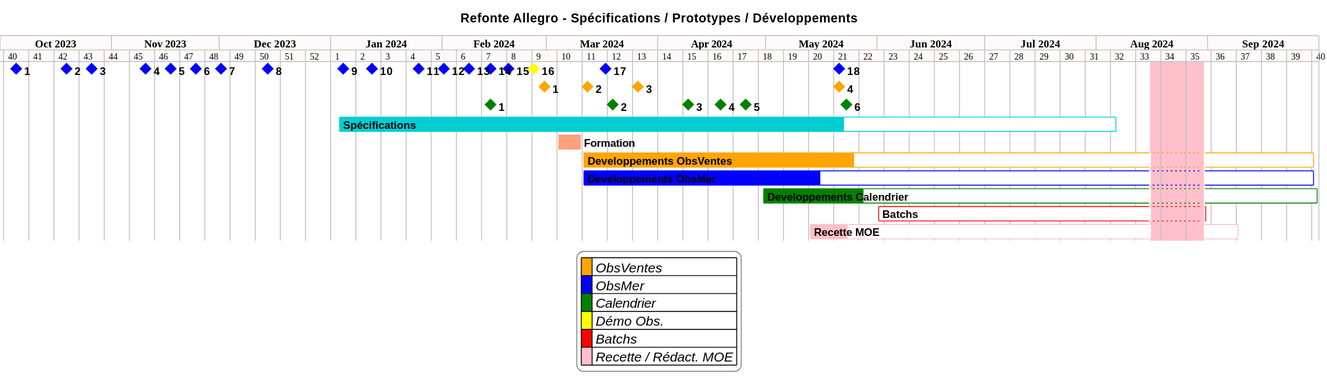
Above: projects/common/not/images/refonte-allegro-planning-spe-poc.svg in sumaris-net/sumaris-doc (PlantUML), before the change.
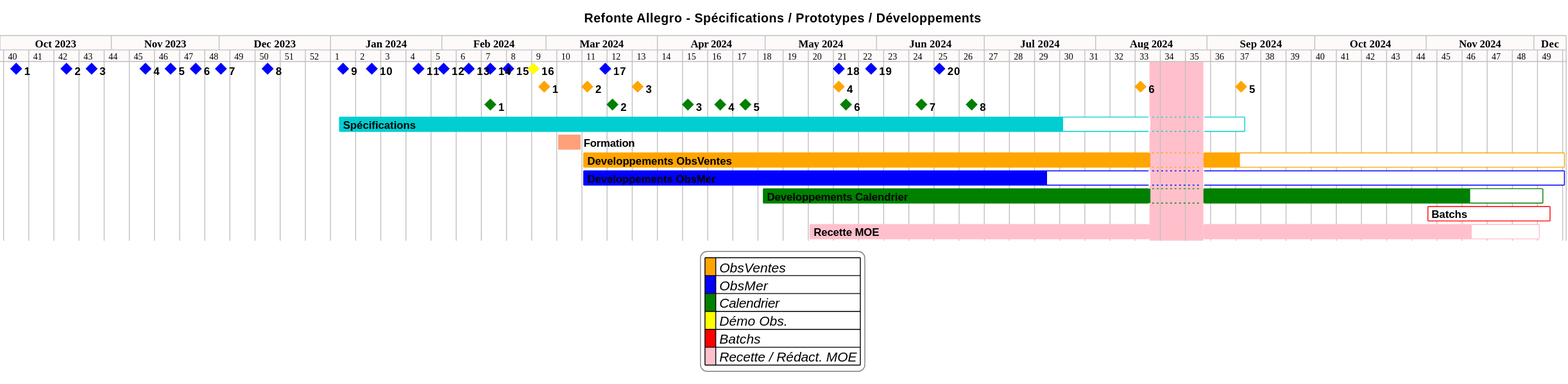
The same file after the commit.

Commit message:
[not] Update planning for COPIL meeting

Change to the diagram source:
```diff
@@ -130,6 +130,12 @@
 [18] happen the 2024/05/21
 [18] is colored in blue
 
+[19] happen the 2024/05/30
+[19] is colored in blue
+
+[20] happen the 2024/06/18
+[20] is colored in blue
+
 [1] displays on same row as [2]
 [2] displays on same row as [3]
 [3] displays on same row as [4]
@@ -147,6 +153,8 @@
 [15] displays on same row as [16]
 [16] displays on same row as [17]
 [17] displays on same row as [18]
+[18] displays on same row as [19]
+[19] displays on same row as [20]
 
 !procedure N(x,n)
 [x<size:0>n</size>]
@@ -164,9 +172,17 @@
 N(4, 4) as [o4] happen the 2024/05/21
 N(4, 4) is colored in orange
 
+N(5, 5) as [o5] happen the 2024/09/10
+N(5, 5) is colored in orange
+
+N(6, 6) as [o6] happen the 2024/08/13
+N(6, 6) is colored in orange
+
 [o1] displays on same row as [o2]
 [o2] displays on same row as [o3]
 [o3] displays on same row as [o4]
+[o4] displays on same row as [o5]
+[o5] displays on same row as [o6]
 
 N(1, 4) as [c1] happen the 2024/02/14
 N(1, 4)  is colored in green
@@ -186,38 +202,46 @@
 N(6, 9) as [c6] happen the 2024/05/23
 N(6, 9)  is colored in green
 
+N(7, 10) as [c7] happen the 2024/06/13
+N(7, 10)  is colored in green
+
+N(8, 11) as [c8] happen the 2024/06/27
+N(8, 11)  is colored in green
+
 [c1] displays on same row as [c2]
 [c2] displays on same row as [c3]
 [c3] displays on same row as [c4]
 [c4] displays on same row as [c5]
 [c5] displays on same row as [c6]
+[c6] displays on same row as [c7]
+[c7] displays on same row as [c8]
 
-[Spécifications] as [TASK1] starts the 2024/01/03 and requires 31 week
+[Spécifications] as [TASK1] starts the 2024/01/03 and requires 34 week
 [TASK1] is colored in darkTurquoise
-[TASK1] is 65% complete
+[TASK1] is 85% complete
 
 [Formation] as [TASK2] starts the 2024/03/04 and requires 1 week
 [TASK2] is colored in lightSalmon
 
-[Developpements ObsVentes] as [TASK3] starts the 2024/03/11 and requires 27 week
+[Developpements ObsVentes] as [TASK3] starts the 2024/03/11 and requires 37 week
 [TASK3] is colored in orange
-[TASK3] is 40% complete
+[TASK3] is 65% complete
 
-[Developpements ObsMer] as [TASK4] starts the 2024/03/11 and requires 27 week
+[Developpements ObsMer] as [TASK4] starts the 2024/03/11 and requires 37 week
 [TASK4] is colored in blue
-[TASK4] is 35% complete
+[TASK4] is 50% complete
 
-[Developpements Calendrier] as [TASK5] starts the 2024/04/30 and requires 20 week
+[Developpements Calendrier] as [TASK5] starts the 2024/04/30 and requires 29 week
 [TASK5] is colored in green
-[TASK5] is 20% complete
+[TASK5] is 90% complete
 
-[Batchs] as [TASK6] starts the 2024/06/01 and requires 11 week
+[Batchs] as [TASK6] starts the 2024/11/01 and requires 5 week
 [TASK6] is colored in red
 [TASK6] is 0% complete
 
-[Recette MOE] as [TASK7] starts the 2024/05/13 and requires 15 week
+[Recette MOE] as [TASK7] starts the 2024/05/13 and requires 27 week
 [TASK7] is colored in pink
-[TASK7] is 10% complete
+[TASK7] is 90% complete
 
 2024-08-16 to 2024-08-30 is closed
 
```
